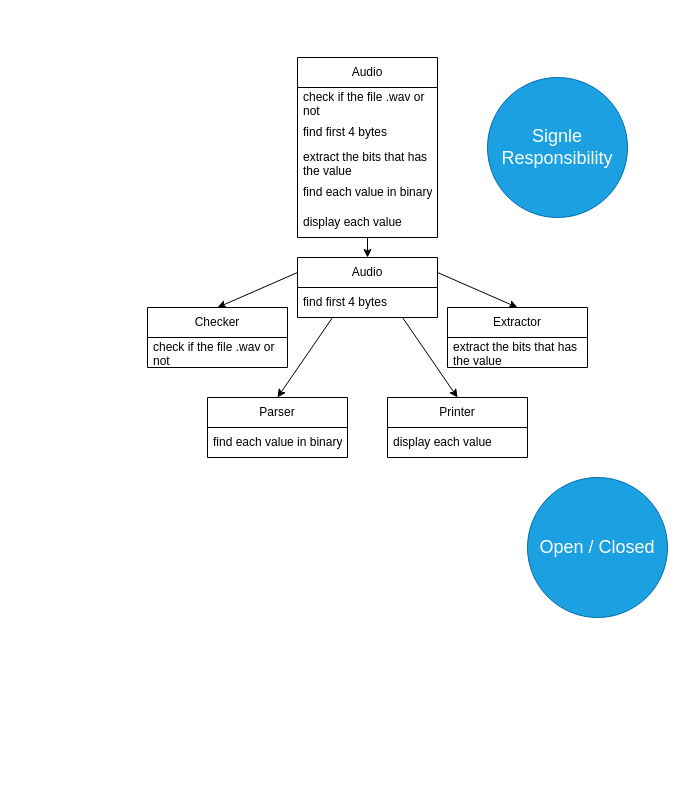
Earlier version of the draw.io diagram bin/AudioFileFormatDiagram.drawio (SkillSageDev/fileformat). Source tidied: cells renumbered, new cells numbered last; positions are measured from the earlier drawing's top-left corner, leaving out a move shared by most shapes. Both pictures are drawn from the tidied source at 100%, with x=0, y=0 at pixel (147, 17).
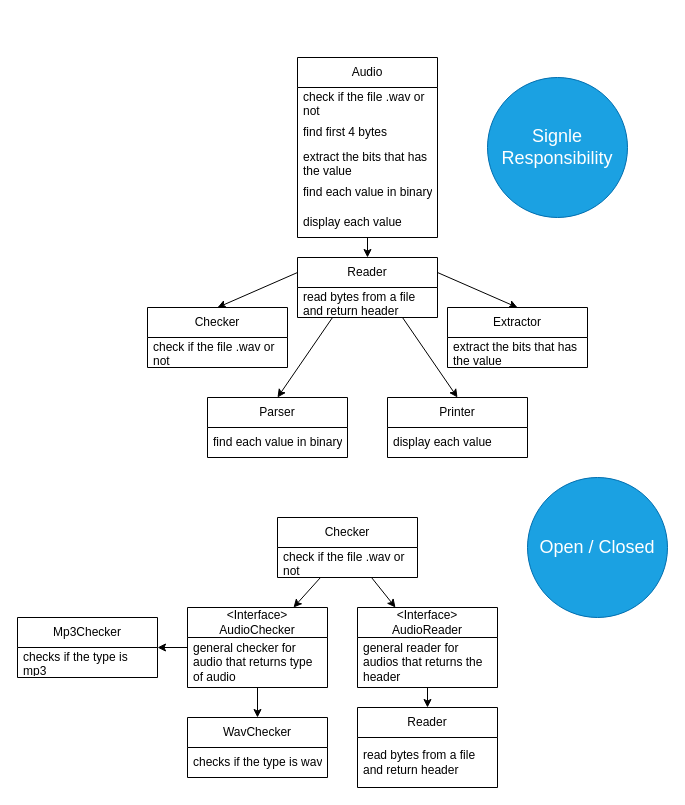
Above is the later version.

What changed in the source:
```diff
@@
-    <mxCell id="12" value="Audio" style="swimlane;fontStyle=0;horizontal=1;startSize=30;whiteSpace=wrap;html=1;" parent="1" vertex="1">
+    <mxCell id="12" value="Reader" style="swimlane;fontStyle=0;horizontal=1;startSize=30;whiteSpace=wrap;html=1;" parent="1" vertex="1">
       <mxGeometry x="150" y="240" width="140" height="60" as="geometry" />
     </mxCell>
-    <mxCell id="13" value="find first 4 bytes" style="text;strokeColor=none;fillColor=none;align=left;verticalAlign=middle;spacingLeft=4;spacingRight=4;overflow=hidden;whiteSpace=wrap;html=1;" parent="12" vertex="1">
+    <mxCell id="13" value="read bytes from a file and return header" style="text;strokeColor=none;fillColor=none;align=left;verticalAlign=middle;spacingLeft=4;spacingRight=4;overflow=hidden;whiteSpace=wrap;html=1;" parent="12" vertex="1">
       <mxGeometry y="30" width="140" height="30" as="geometry" />
     </mxCell>
@@
+    <mxCell id="26" style="edgeStyle=none;html=1;" parent="1" edge="1" source="28" target="32">
+      <mxGeometry relative="1" as="geometry" />
+    </mxCell>
+    <mxCell id="27" style="edgeStyle=none;html=1;" parent="1" edge="1" source="28" target="35">
+      <mxGeometry relative="1" as="geometry" />
+    </mxCell>
+    <mxCell id="28" value="Checker" style="swimlane;fontStyle=0;horizontal=1;startSize=30;whiteSpace=wrap;html=1;" parent="1" vertex="1">
+      <mxGeometry x="130" y="500" width="140" height="60" as="geometry" />
+    </mxCell>
+    <mxCell id="29" value="check if the file .wav or not" style="text;strokeColor=none;fillColor=none;align=left;verticalAlign=middle;spacingLeft=4;spacingRight=4;overflow=hidden;whiteSpace=wrap;html=1;" parent="28" vertex="1">
+      <mxGeometry y="30" width="140" height="30" as="geometry" />
+    </mxCell>
+    <mxCell id="30" style="edgeStyle=none;html=1;" parent="1" edge="1" source="32" target="37">
+      <mxGeometry relative="1" as="geometry" />
+    </mxCell>
+    <mxCell id="31" style="edgeStyle=none;html=1;" parent="1" edge="1" source="32" target="39">
+      <mxGeometry relative="1" as="geometry" />
+    </mxCell>
+    <mxCell id="32" value="&amp;lt;Interface&amp;gt;&lt;br&gt;AudioChecker" style="swimlane;fontStyle=0;horizontal=1;startSize=30;whiteSpace=wrap;html=1;" parent="1" vertex="1">
+      <mxGeometry x="40" y="590" width="140" height="80" as="geometry" />
+    </mxCell>
+    <mxCell id="33" value="general checker for audio that returns type of audio" style="text;strokeColor=none;fillColor=none;align=left;verticalAlign=middle;spacingLeft=4;spacingRight=4;overflow=hidden;whiteSpace=wrap;html=1;" parent="32" vertex="1">
+      <mxGeometry y="30" width="140" height="50" as="geometry" />
+    </mxCell>
+    <mxCell id="34" style="edgeStyle=none;html=1;" parent="1" edge="1" source="35" target="41">
+      <mxGeometry relative="1" as="geometry" />
+    </mxCell>
+    <mxCell id="35" value="&amp;lt;Interface&amp;gt;&lt;br&gt;AudioReader" style="swimlane;fontStyle=0;horizontal=1;startSize=30;whiteSpace=wrap;html=1;" parent="1" vertex="1">
+      <mxGeometry x="210" y="590" width="140" height="80" as="geometry" />
+    </mxCell>
+    <mxCell id="36" value="general reader for audios that returns the header" style="text;strokeColor=none;fillColor=none;align=left;verticalAlign=middle;spacingLeft=4;spacingRight=4;overflow=hidden;whiteSpace=wrap;html=1;" parent="35" vertex="1">
+      <mxGeometry y="30" width="140" height="50" as="geometry" />
+    </mxCell>
+    <mxCell id="37" value="Mp3Checker" style="swimlane;fontStyle=0;horizontal=1;startSize=30;whiteSpace=wrap;html=1;" parent="1" vertex="1">
+      <mxGeometry x="-130" y="600" width="140" height="60" as="geometry" />
+    </mxCell>
+    <mxCell id="38" value="checks if the type is mp3" style="text;strokeColor=none;fillColor=none;align=left;verticalAlign=middle;spacingLeft=4;spacingRight=4;overflow=hidden;whiteSpace=wrap;html=1;" parent="37" vertex="1">
+      <mxGeometry y="30" width="140" height="30" as="geometry" />
+    </mxCell>
+    <mxCell id="39" value="WavChecker" style="swimlane;fontStyle=0;horizontal=1;startSize=30;whiteSpace=wrap;html=1;" parent="1" vertex="1">
+      <mxGeometry x="40" y="700" width="140" height="60" as="geometry" />
+    </mxCell>
+    <mxCell id="40" value="checks if the type is wav" style="text;strokeColor=none;fillColor=none;align=left;verticalAlign=middle;spacingLeft=4;spacingRight=4;overflow=hidden;whiteSpace=wrap;html=1;" parent="39" vertex="1">
+      <mxGeometry y="30" width="140" height="30" as="geometry" />
+    </mxCell>
+    <mxCell id="41" value="Reader" style="swimlane;fontStyle=0;horizontal=1;startSize=30;whiteSpace=wrap;html=1;" parent="1" vertex="1">
+      <mxGeometry x="210" y="690" width="140" height="80" as="geometry" />
+    </mxCell>
+    <mxCell id="42" value="read bytes from a file and return header" style="text;strokeColor=none;fillColor=none;align=left;verticalAlign=middle;spacingLeft=4;spacingRight=4;overflow=hidden;whiteSpace=wrap;html=1;" parent="41" vertex="1">
+      <mxGeometry y="30" width="140" height="50" as="geometry" />
+    </mxCell>
```
